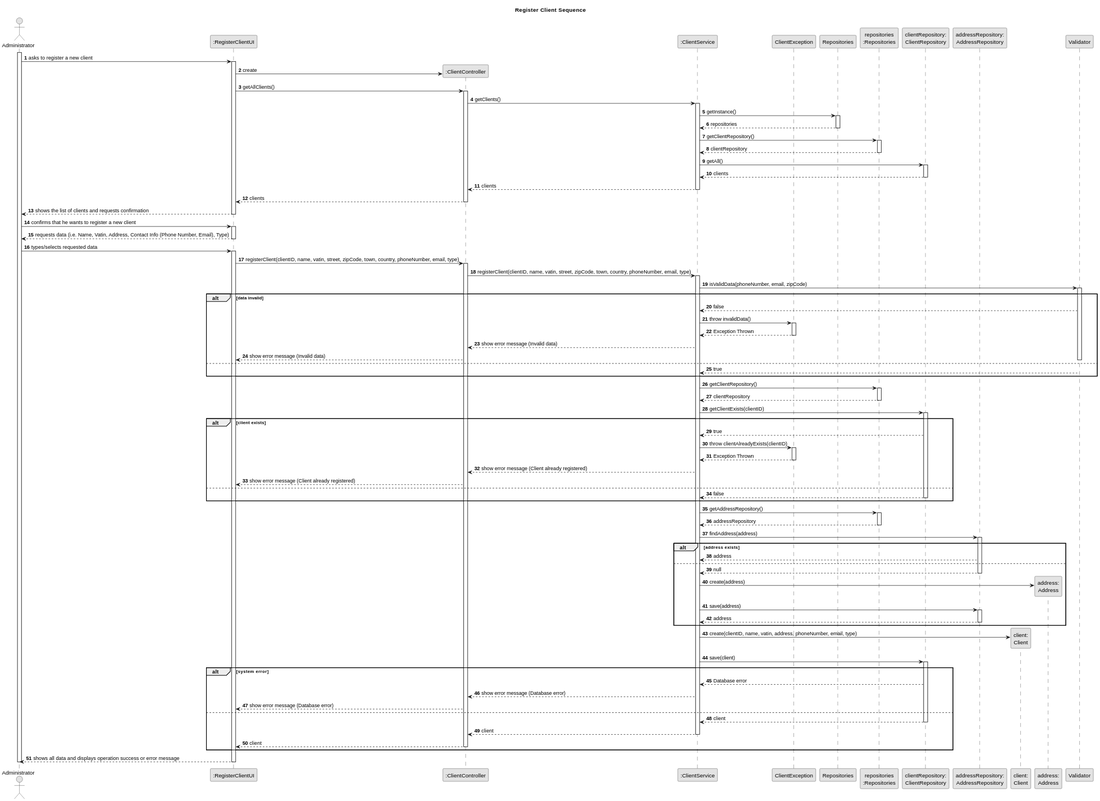
This is documentation/user-stories/us001/03.design/svg/us001-sequence-diagram.svg from daniel41silva05/Production_Control_Industrial_ISEP, a PlantUML export, as it was before one commit.
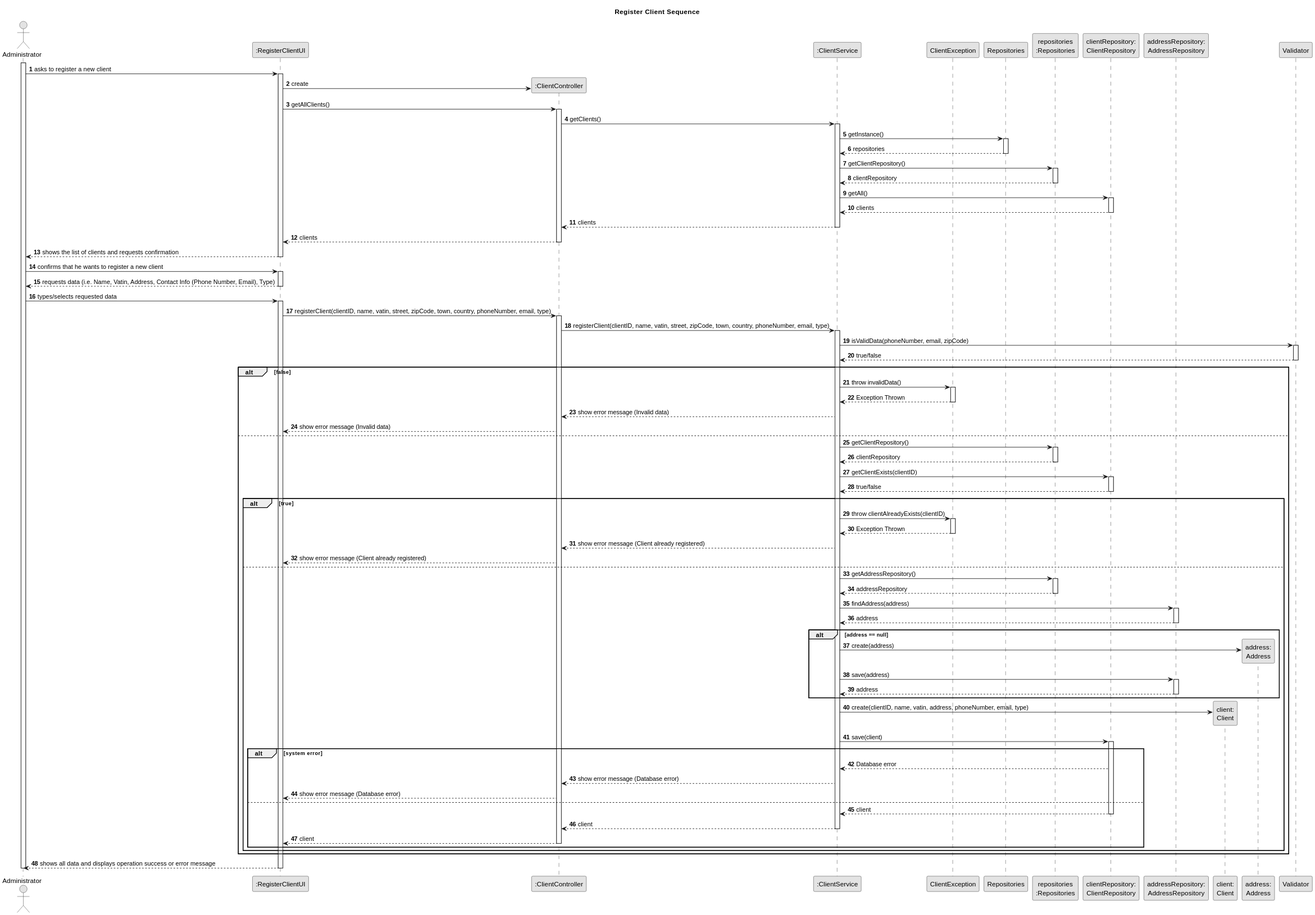
After the change.

Diff of the diagram source:
```diff
@@ -67,8 +67,10 @@
 
                 SRV -> VAL: isValidData(phoneNumber, email, zipCode)
                 activate VAL
-                alt data invalid
-                    VAL --> SRV: false
+                VAL --> SRV: true/false
+                deactivate VAL
+
+                alt false
 
                     SRV -> EXC: throw invalidData()
                     activate EXC
@@ -79,9 +81,6 @@
                     CTRL --> UI: show error message (Invalid data)
                     deactivate VAL
                 else
-                    VAL --> SRV: true
-                    deactivate VAL
-                end
 
                 SRV -> REP: getClientRepository()
                 activate REP
@@ -90,8 +89,10 @@
 
                 SRV -> clientRepository: getClientExists(clientID)
                 activate clientRepository
-                alt client exists
-                    clientRepository --> SRV: true
+                clientRepository --> SRV: true/false
+                deactivate clientRepository
+
+                alt true
 
                     SRV -> EXC: throw clientAlreadyExists(clientID)
                     activate EXC
@@ -101,9 +102,6 @@
 
                     CTRL --> UI: show error message (Client already registered)
                 else
-                    clientRepository --> SRV: false
-                    deactivate clientRepository
-                end
 
                     SRV -> REP: getAddressRepository()
                     activate REP
@@ -112,12 +110,9 @@
 
                     SRV -> addressRepository: findAddress(address)
                     activate addressRepository
-                    alt address exists
-                        addressRepository --> SRV: address
-                    else
-                        addressRepository --> SRV: null
-                        deactivate addressRepository
-
+                    addressRepository --> SRV: address
+                    deactivate addressRepository
+                    alt address == null
                         SRV -> ADDRESS** : create(address)
                         SRV -> addressRepository: save(address)
                         activate addressRepository
@@ -143,7 +138,8 @@
                         CTRL --> UI: client
                         deactivate CTRL
                     end
-
+                end
+            end
     UI --> ADM: shows all data and displays operation success or error message
     deactivate UI
 
```
